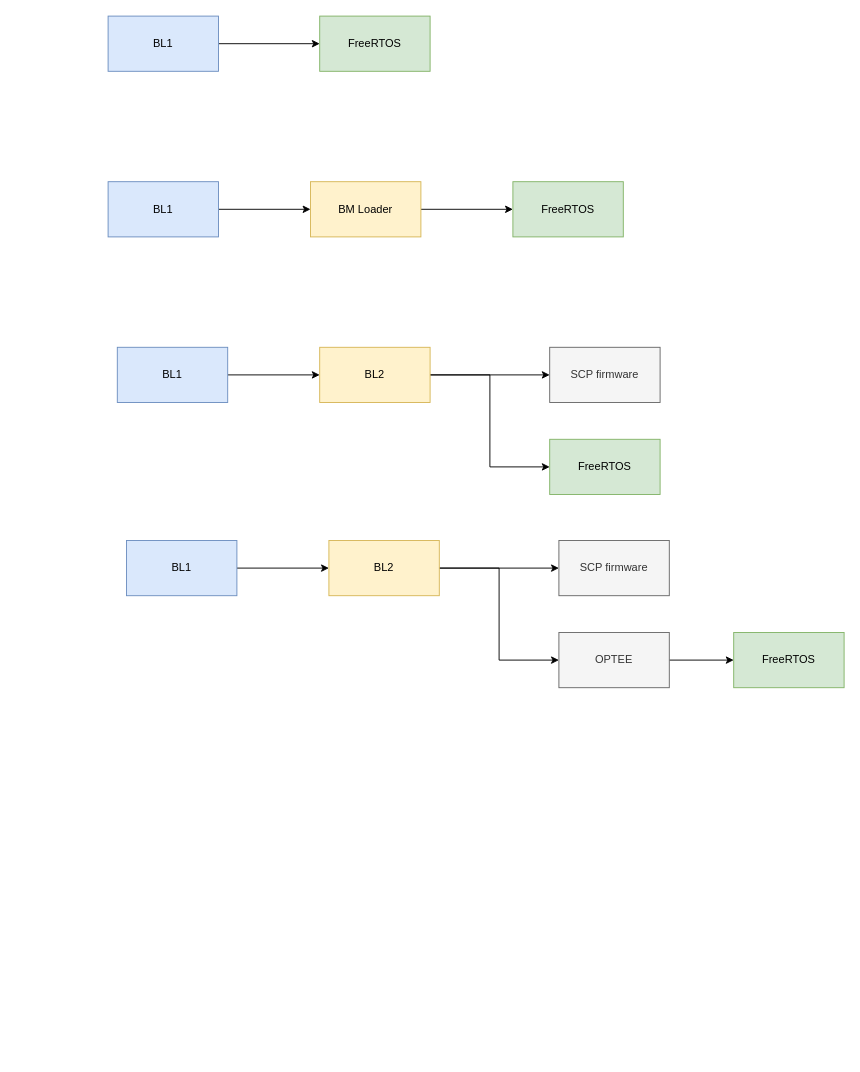
Above: page "a32_freertos" (11 of 11) of alius.drawio in thomas-coding/drawio (draw.io), before the change. Source tidied: cells renumbered, new cells numbered last; positions are measured from the earlier drawing's top-left corner, leaving out a move shared by most shapes. Both pictures are drawn from the tidied source at 92%, with x=0, y=0 at pixel (108, 16).
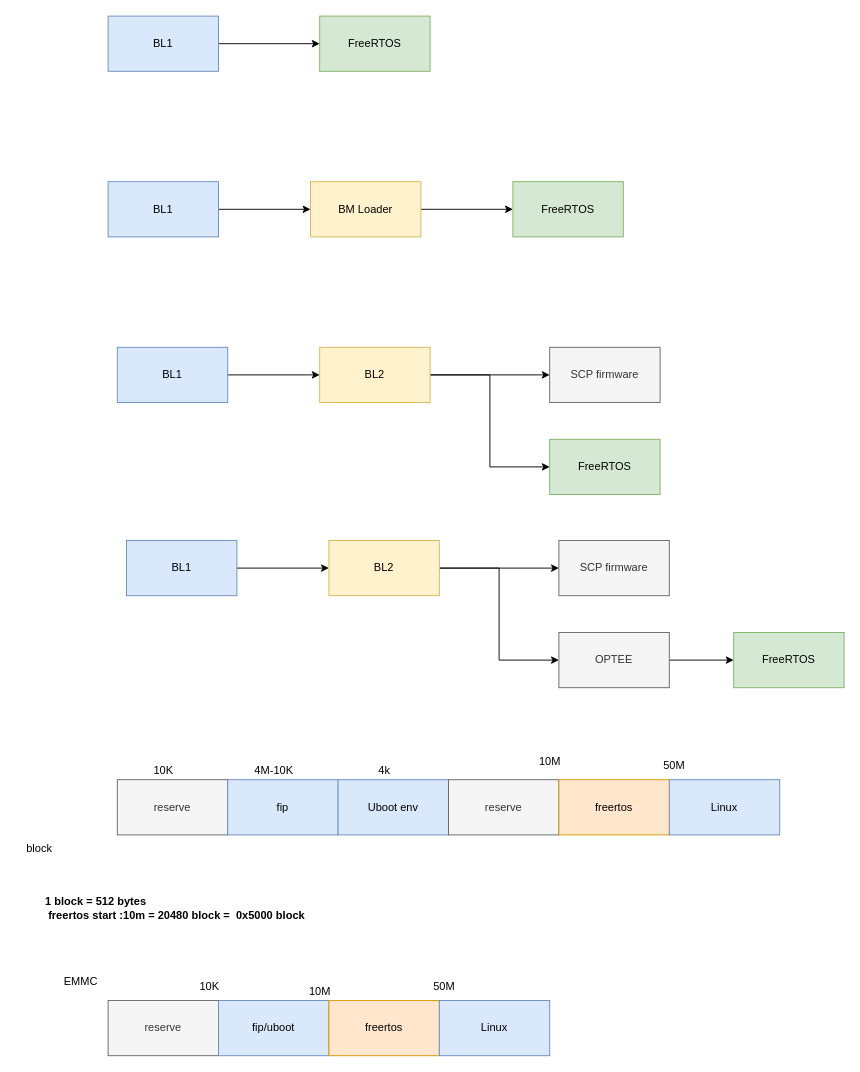
After the change.

What changed in the source:
```diff
@@
+    <mxCell id="26" value="reserve" style="rounded=0;whiteSpace=wrap;html=1;fillColor=#f5f5f5;fontColor=#333333;strokeColor=#666666;" parent="1" vertex="1">
+      <mxGeometry x="10" y="830" width="120" height="60" as="geometry" />
+    </mxCell>
+    <mxCell id="27" value="fip" style="rounded=0;whiteSpace=wrap;html=1;fillColor=#dae8fc;strokeColor=#6c8ebf;" parent="1" vertex="1">
+      <mxGeometry x="130" y="830" width="120" height="60" as="geometry" />
+    </mxCell>
+    <mxCell id="28" value="block" style="text;html=1;align=center;verticalAlign=middle;strokeColor=none;fillColor=none;" parent="1" vertex="1">
+      <mxGeometry x="-100" y="890" width="50" height="30" as="geometry" />
+    </mxCell>
+    <mxCell id="29" value="1 block = 512 bytes&lt;br&gt;&amp;nbsp;freertos start :10m = 20480 block =&amp;nbsp; 0x5000 block" style="text;html=1;align=left;verticalAlign=middle;strokeColor=none;fillColor=none;fontStyle=1;" parent="1" vertex="1">
+      <mxGeometry x="-70" y="950" width="310" height="40" as="geometry" />
+    </mxCell>
+    <mxCell id="30" value="10K" style="text;html=1;align=center;verticalAlign=middle;strokeColor=none;fillColor=none;" parent="1" vertex="1">
+      <mxGeometry x="40" y="805" width="40" height="30" as="geometry" />
+    </mxCell>
+    <mxCell id="31" value="4M-10K" style="text;html=1;align=center;verticalAlign=middle;strokeColor=none;fillColor=none;" parent="1" vertex="1">
+      <mxGeometry x="145" y="805" width="70" height="30" as="geometry" />
+    </mxCell>
+    <mxCell id="32" value="Uboot env" style="rounded=0;whiteSpace=wrap;html=1;fillColor=#dae8fc;strokeColor=#6c8ebf;" parent="1" vertex="1">
+      <mxGeometry x="250" y="830" width="120" height="60" as="geometry" />
+    </mxCell>
+    <mxCell id="33" value="4k" style="text;html=1;align=center;verticalAlign=middle;strokeColor=none;fillColor=none;" parent="1" vertex="1">
+      <mxGeometry x="280" y="805" width="40" height="30" as="geometry" />
+    </mxCell>
+    <mxCell id="34" value="reserve" style="rounded=0;whiteSpace=wrap;html=1;fillColor=#f5f5f5;fontColor=#333333;strokeColor=#666666;" parent="1" vertex="1">
+      <mxGeometry x="370" y="830" width="120" height="60" as="geometry" />
+    </mxCell>
+    <mxCell id="35" value="freertos" style="rounded=0;whiteSpace=wrap;html=1;fillColor=#ffe6cc;strokeColor=#d79b00;" parent="1" vertex="1">
+      <mxGeometry x="490" y="830" width="120" height="60" as="geometry" />
+    </mxCell>
+    <mxCell id="36" value="10M" style="text;html=1;align=center;verticalAlign=middle;strokeColor=none;fillColor=none;" parent="1" vertex="1">
+      <mxGeometry x="455" y="795" width="50" height="30" as="geometry" />
+    </mxCell>
+    <mxCell id="37" value="50M" style="text;html=1;align=center;verticalAlign=middle;strokeColor=none;fillColor=none;" parent="1" vertex="1">
+      <mxGeometry x="590" y="800" width="50" height="30" as="geometry" />
+    </mxCell>
+    <mxCell id="38" value="Linux" style="rounded=0;whiteSpace=wrap;html=1;fillColor=#dae8fc;strokeColor=#6c8ebf;" parent="1" vertex="1">
+      <mxGeometry x="610" y="830" width="120" height="60" as="geometry" />
+    </mxCell>
+    <mxCell id="39" value="reserve" style="rounded=0;whiteSpace=wrap;html=1;fillColor=#f5f5f5;fontColor=#333333;strokeColor=#666666;" parent="1" vertex="1">
+      <mxGeometry y="1070" width="120" height="60" as="geometry" />
+    </mxCell>
+    <mxCell id="40" value="fip/uboot" style="rounded=0;whiteSpace=wrap;html=1;fillColor=#dae8fc;strokeColor=#6c8ebf;" parent="1" vertex="1">
+      <mxGeometry x="120" y="1070" width="120" height="60" as="geometry" />
+    </mxCell>
+    <mxCell id="41" value="10K" style="text;html=1;align=center;verticalAlign=middle;strokeColor=none;fillColor=none;" parent="1" vertex="1">
+      <mxGeometry x="90" y="1040" width="40" height="30" as="geometry" />
+    </mxCell>
+    <mxCell id="42" value="freertos" style="rounded=0;whiteSpace=wrap;html=1;fillColor=#ffe6cc;strokeColor=#d79b00;" parent="1" vertex="1">
+      <mxGeometry x="240" y="1070" width="120" height="60" as="geometry" />
+    </mxCell>
+    <mxCell id="43" value="50M" style="text;html=1;align=center;verticalAlign=middle;strokeColor=none;fillColor=none;" parent="1" vertex="1">
+      <mxGeometry x="340" y="1040" width="50" height="30" as="geometry" />
+    </mxCell>
+    <mxCell id="44" value="Linux" style="rounded=0;whiteSpace=wrap;html=1;fillColor=#dae8fc;strokeColor=#6c8ebf;" parent="1" vertex="1">
+      <mxGeometry x="360" y="1070" width="120" height="60" as="geometry" />
+    </mxCell>
+    <mxCell id="45" value="10M" style="text;html=1;align=center;verticalAlign=middle;strokeColor=none;fillColor=none;" parent="1" vertex="1">
+      <mxGeometry x="205" y="1045" width="50" height="30" as="geometry" />
+    </mxCell>
+    <mxCell id="46" value="EMMC" style="text;html=1;align=center;verticalAlign=middle;strokeColor=none;fillColor=none;" parent="1" vertex="1">
+      <mxGeometry x="-60" y="1035" width="60" height="30" as="geometry" />
+    </mxCell>
```
